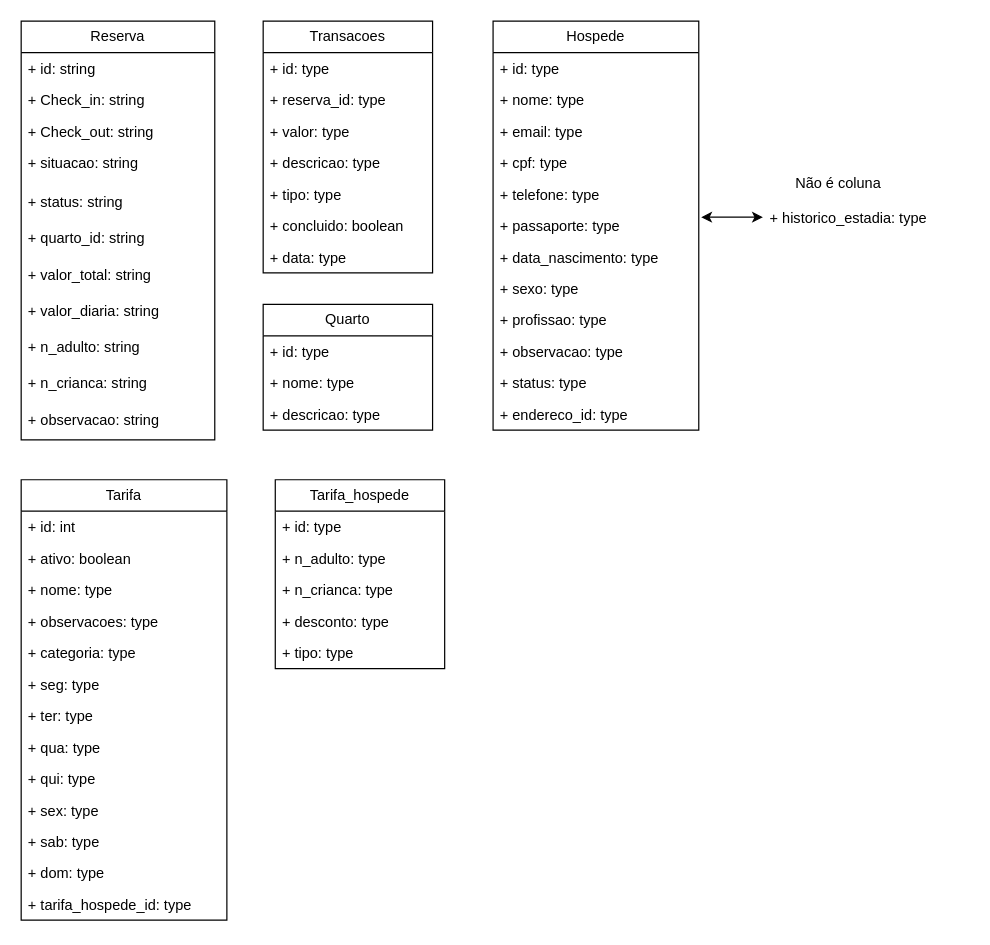
This is page "Hotel" (5 of 6) of Tabelas.drawio from FSOFTSistemas/lago_sao_francisco, a draw.io file, before an edit. Source tidied: cells renumbered, new cells numbered last; positions are measured from the earlier drawing's top-left corner, leaving out a move shared by most shapes. Both pictures are drawn from the tidied source at 121%, with x=0, y=0 at pixel (21, 21).
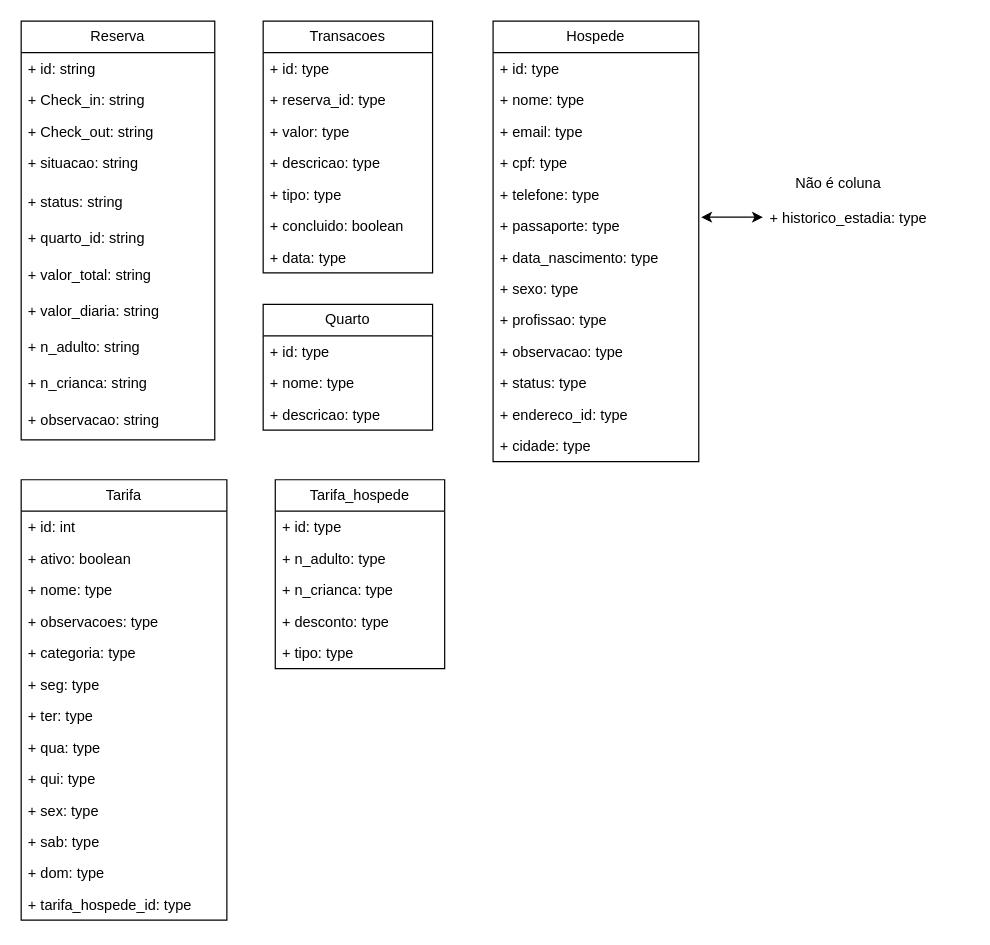
Above is the later version.

The edit, as a diff of the source:
```diff
@@
     <mxCell id="14" value="Hospede" style="swimlane;fontStyle=0;horizontal=1;startSize=26;fillColor=none;whiteSpace=wrap;html=1;" parent="1" vertex="1">
-      <mxGeometry x="390" width="170" height="338" as="geometry" />
+      <mxGeometry x="390" width="170" height="364" as="geometry" />
     </mxCell>
@@
+    <mxCell id="62" value="+ cidade: type" style="text;strokeColor=none;fillColor=none;align=left;verticalAlign=top;spacingLeft=4;spacingRight=4;overflow=hidden;whiteSpace=wrap;html=1;" parent="14" vertex="1">
+      <mxGeometry y="338" width="170" height="26" as="geometry" />
+    </mxCell>
```
